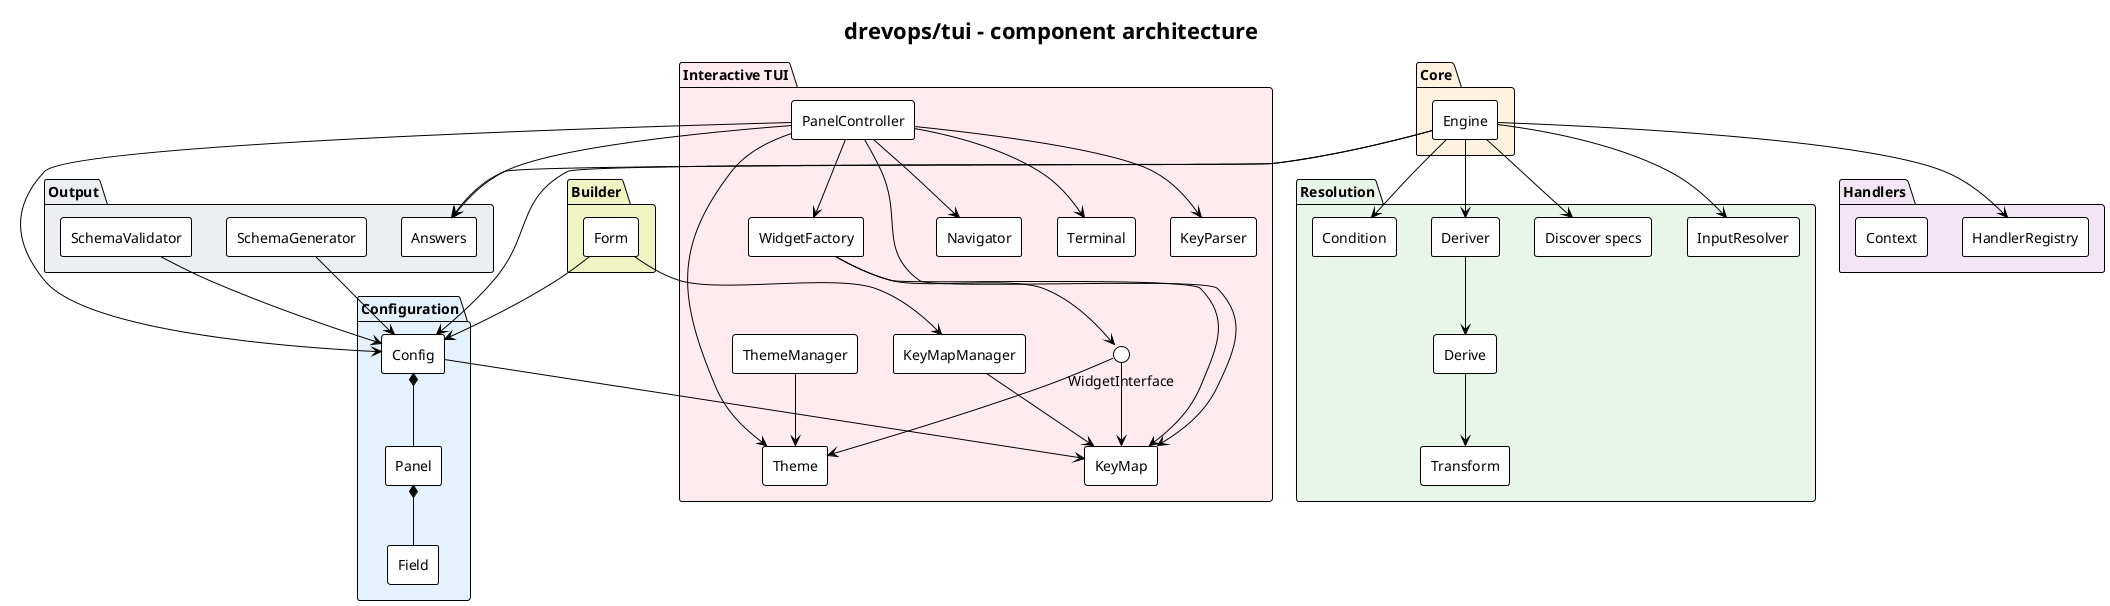
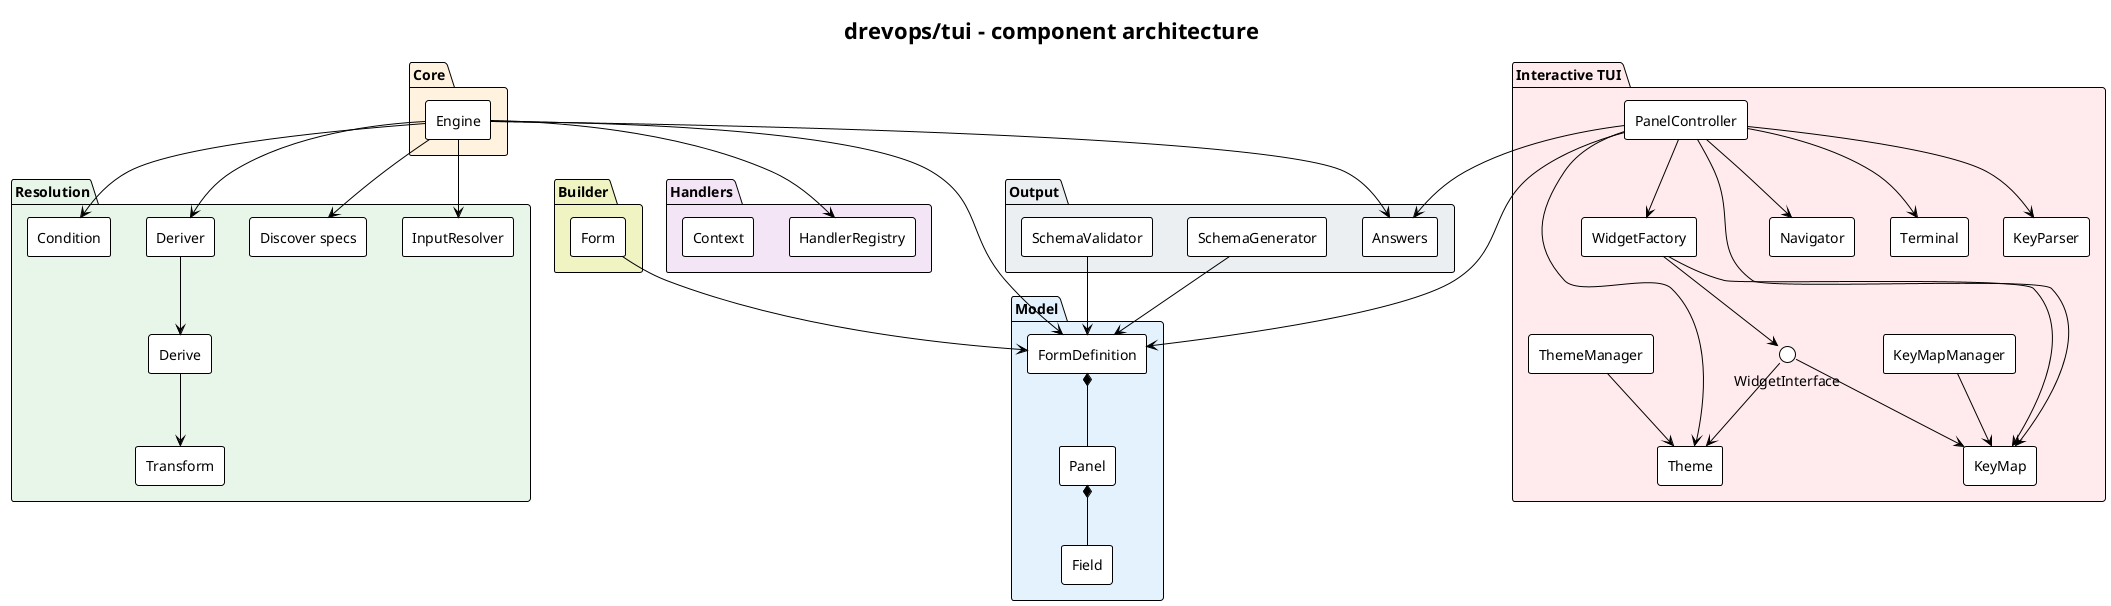
@startuml
' drevops/tui - component architecture.
' Packages mirror the src/ subdirectories; arrows show the main dependencies.
' Regenerate every SVG with:  plantuml -tsvg docs/architecture/*.puml
!theme plain
skinparam backgroundColor white
skinparam defaultFontName Helvetica
skinparam shadowing false
skinparam componentStyle rectangle
title drevops/tui - component architecture

package "Builder" #F0F4C3 {
  [Form]
}

- package "Configuration" #E3F2FD {
-   [Config]
+ package "Model" #E3F2FD {
+   [FormDefinition]
  [Panel]
  [Field]
}

package "Core" #FFF3E0 {
  [Engine]
}

package "Resolution" #E8F5E9 {
  [InputResolver]
  [Discover specs]
  [Deriver]
  [Derive]
  [Transform]
  [Condition]
}

package "Handlers" #F3E5F5 {
  [HandlerRegistry]
  [Context]
}

package "Output" #ECEFF1 {
  [Answers]
  [SchemaGenerator]
  [SchemaValidator]
}

package "Interactive TUI" #FFEBEE {
  [PanelController]
  [ThemeManager]
  [Theme]
  [KeyMapManager]
  [KeyMap]
  [WidgetFactory]
  interface WidgetInterface
  [Navigator]
  [Terminal]
  [KeyParser]
}

- [Form] --> [Config]
- [Config] *-- [Panel]
+ [Form] --> [FormDefinition]
+ [FormDefinition] *-- [Panel]
[Panel] *-- [Field]

- [Engine] --> [Config]
+ [Engine] --> [FormDefinition]
[Engine] --> [InputResolver]
[Engine] --> [Discover specs]
[Engine] --> [Deriver]
[Deriver] --> [Derive]
[Derive] --> [Transform]
[Engine] --> [Condition]
[Engine] --> [HandlerRegistry]
[Engine] --> [Answers]

- [SchemaGenerator] --> [Config]
- [SchemaValidator] --> [Config]
+ [SchemaGenerator] --> [FormDefinition]
+ [SchemaValidator] --> [FormDefinition]

- [PanelController] --> [Config]
+ [PanelController] --> [FormDefinition]
[ThemeManager] --> [Theme]
[PanelController] --> [Theme]
- [Form] --> [KeyMapManager]
[KeyMapManager] --> [KeyMap]
- [Config] --> [KeyMap]
[PanelController] --> [KeyMap]
[PanelController] --> [WidgetFactory]
[WidgetFactory] --> [KeyMap]
[WidgetFactory] --> WidgetInterface
WidgetInterface --> [Theme]
WidgetInterface --> [KeyMap]
[PanelController] --> [Navigator]
[PanelController] --> [Terminal]
[PanelController] --> [KeyParser]
[PanelController] --> [Answers]
@enduml
